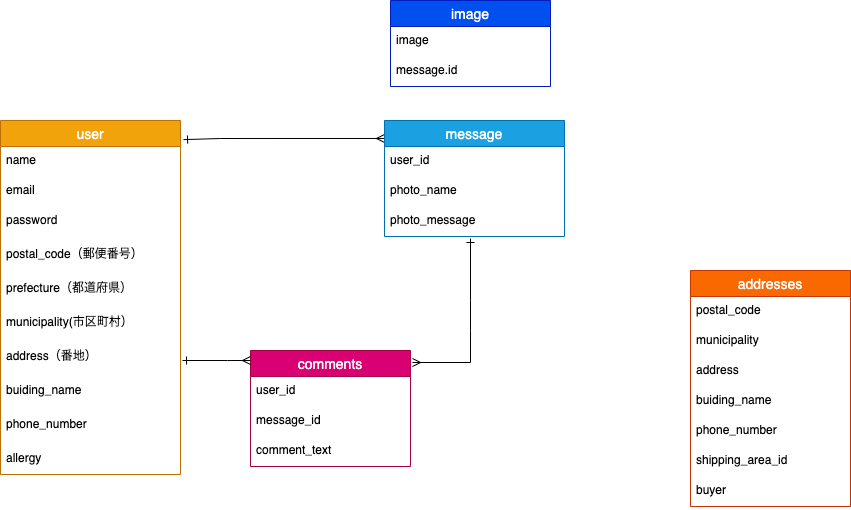
The draw.io diagram ER.drawio.png in kumagaitomoya/wedding_app, before a commit. Source tidied: cells renumbered, new cells last; positions are measured from the earlier drawing's top-left corner, leaving out a move shared by most shapes. Its diagram source:
```xml
<mxGraphModel>
  <root>
    <mxCell id="0" />
    <mxCell id="1" parent="0" />
    <mxCell id="2" value="user" style="swimlane;fontStyle=0;horizontal=1;startSize=26;align=center;fontSize=14;fillColor=#f0a30a;strokeColor=#BD7000;fontColor=#ffffff;" parent="1" vertex="1">
      <mxGeometry y="120" width="180" height="354" as="geometry" />
    </mxCell>
    <mxCell id="3" value="name" style="text;strokeColor=none;fillColor=none;spacingLeft=4;spacingRight=4;overflow=hidden;fontSize=12;" parent="2" vertex="1">
      <mxGeometry y="26" width="180" height="30" as="geometry" />
    </mxCell>
    <mxCell id="4" value="email" style="text;strokeColor=none;fillColor=none;spacingLeft=4;spacingRight=4;overflow=hidden;fontSize=12;" parent="2" vertex="1">
      <mxGeometry y="56" width="180" height="30" as="geometry" />
    </mxCell>
    <mxCell id="5" value="password&#10;" style="text;strokeColor=none;fillColor=none;spacingLeft=4;spacingRight=4;overflow=hidden;fontSize=12;" parent="2" vertex="1">
      <mxGeometry y="86" width="180" height="34" as="geometry" />
    </mxCell>
    <mxCell id="6" value="postal_code（郵便番号）" style="text;strokeColor=none;fillColor=none;spacingLeft=4;spacingRight=4;overflow=hidden;fontSize=12;" parent="2" vertex="1">
      <mxGeometry y="120" width="180" height="34" as="geometry" />
    </mxCell>
    <mxCell id="7" value="prefecture（都道府県）" style="text;strokeColor=none;fillColor=none;spacingLeft=4;spacingRight=4;overflow=hidden;fontSize=12;" parent="2" vertex="1">
      <mxGeometry y="154" width="180" height="34" as="geometry" />
    </mxCell>
    <mxCell id="8" value="municipality(市区町村）" style="text;strokeColor=none;fillColor=none;spacingLeft=4;spacingRight=4;overflow=hidden;fontSize=12;" parent="2" vertex="1">
      <mxGeometry y="188" width="180" height="34" as="geometry" />
    </mxCell>
    <mxCell id="9" value="address（番地）" style="text;strokeColor=none;fillColor=none;spacingLeft=4;spacingRight=4;overflow=hidden;fontSize=12;" parent="2" vertex="1">
      <mxGeometry y="222" width="180" height="34" as="geometry" />
    </mxCell>
    <mxCell id="10" value="buiding_name" style="text;strokeColor=none;fillColor=none;spacingLeft=4;spacingRight=4;overflow=hidden;fontSize=12;" parent="2" vertex="1">
      <mxGeometry y="256" width="180" height="34" as="geometry" />
    </mxCell>
    <mxCell id="11" value="phone_number" style="text;strokeColor=none;fillColor=none;spacingLeft=4;spacingRight=4;overflow=hidden;fontSize=12;" parent="2" vertex="1">
      <mxGeometry y="290" width="180" height="34" as="geometry" />
    </mxCell>
    <mxCell id="12" value="allergy" style="text;strokeColor=none;fillColor=none;spacingLeft=4;spacingRight=4;overflow=hidden;fontSize=12;" parent="2" vertex="1">
      <mxGeometry y="324" width="180" height="30" as="geometry" />
    </mxCell>
    <mxCell id="13" value="addresses" style="swimlane;fontStyle=0;horizontal=1;startSize=26;align=center;fontSize=14;fillColor=#fa6800;strokeColor=#C73500;fontColor=#ffffff;" parent="1" vertex="1">
      <mxGeometry x="690" y="270" width="160" height="236" as="geometry" />
    </mxCell>
    <mxCell id="14" value="postal_code" style="text;strokeColor=none;fillColor=none;spacingLeft=4;spacingRight=4;overflow=hidden;fontSize=12;" parent="13" vertex="1">
      <mxGeometry y="26" width="160" height="30" as="geometry" />
    </mxCell>
    <mxCell id="15" value="municipality" style="text;strokeColor=none;fillColor=none;spacingLeft=4;spacingRight=4;overflow=hidden;fontSize=12;" parent="13" vertex="1">
      <mxGeometry y="56" width="160" height="30" as="geometry" />
    </mxCell>
    <mxCell id="16" value="address" style="text;strokeColor=none;fillColor=none;spacingLeft=4;spacingRight=4;overflow=hidden;fontSize=12;" parent="13" vertex="1">
      <mxGeometry y="86" width="160" height="30" as="geometry" />
    </mxCell>
    <mxCell id="17" value="buiding_name" style="text;strokeColor=none;fillColor=none;spacingLeft=4;spacingRight=4;overflow=hidden;fontSize=12;" parent="13" vertex="1">
      <mxGeometry y="116" width="160" height="30" as="geometry" />
    </mxCell>
    <mxCell id="18" value="phone_number" style="text;strokeColor=none;fillColor=none;spacingLeft=4;spacingRight=4;overflow=hidden;fontSize=12;" parent="13" vertex="1">
      <mxGeometry y="146" width="160" height="30" as="geometry" />
    </mxCell>
    <mxCell id="19" value="shipping_area_id&#10;&#10;" style="text;strokeColor=none;fillColor=none;spacingLeft=4;spacingRight=4;overflow=hidden;fontSize=12;" parent="13" vertex="1">
      <mxGeometry y="176" width="160" height="30" as="geometry" />
    </mxCell>
    <mxCell id="20" value="buyer&#10;&#10;" style="text;strokeColor=none;fillColor=none;spacingLeft=4;spacingRight=4;overflow=hidden;fontSize=12;" parent="13" vertex="1">
      <mxGeometry y="206" width="160" height="30" as="geometry" />
    </mxCell>
    <mxCell id="21" style="edgeStyle=none;rounded=0;jettySize=auto;html=1;entryX=0;entryY=0.155;entryDx=0;entryDy=0;entryPerimeter=0;exitX=1.017;exitY=0.054;exitDx=0;exitDy=0;exitPerimeter=0;startArrow=ERone;startFill=0;endArrow=ERmany;endFill=0;" parent="1" edge="1" source="2" target="25">
      <mxGeometry relative="1" as="geometry">
        <Array as="points">
          <mxPoint x="220" y="138" />
        </Array>
      </mxGeometry>
    </mxCell>
    <mxCell id="22" value="image" style="swimlane;fontStyle=0;horizontal=1;startSize=26;align=center;fontSize=14;fillColor=#0050ef;strokeColor=#001DBC;fontColor=#ffffff;" parent="1" vertex="1">
      <mxGeometry x="390" width="160" height="86" as="geometry" />
    </mxCell>
    <mxCell id="23" value="image" style="text;strokeColor=none;fillColor=none;spacingLeft=4;spacingRight=4;overflow=hidden;fontSize=12;" parent="22" vertex="1">
      <mxGeometry y="26" width="160" height="30" as="geometry" />
    </mxCell>
    <mxCell id="24" value="message.id" style="text;strokeColor=none;fillColor=none;spacingLeft=4;spacingRight=4;overflow=hidden;fontSize=12;" parent="22" vertex="1">
      <mxGeometry y="56" width="160" height="30" as="geometry" />
    </mxCell>
    <mxCell id="25" value="message" style="swimlane;fontStyle=0;horizontal=1;startSize=26;align=center;fontSize=14;fillColor=#1ba1e2;strokeColor=#006EAF;fontColor=#ffffff;" parent="1" vertex="1">
      <mxGeometry x="384" y="120" width="180" height="116" as="geometry" />
    </mxCell>
    <mxCell id="26" value="user_id" style="text;strokeColor=none;fillColor=none;spacingLeft=4;spacingRight=4;overflow=hidden;fontSize=12;" parent="25" vertex="1">
      <mxGeometry y="26" width="180" height="30" as="geometry" />
    </mxCell>
    <mxCell id="27" value="photo_name" style="text;strokeColor=none;fillColor=none;spacingLeft=4;spacingRight=4;overflow=hidden;fontSize=12;" parent="25" vertex="1">
      <mxGeometry y="56" width="180" height="30" as="geometry" />
    </mxCell>
    <mxCell id="28" value="photo_message" style="text;strokeColor=none;fillColor=none;spacingLeft=4;spacingRight=4;overflow=hidden;fontSize=12;" parent="25" vertex="1">
      <mxGeometry y="86" width="180" height="30" as="geometry" />
    </mxCell>
    <mxCell id="29" value="comments" style="swimlane;fontStyle=0;horizontal=1;startSize=26;align=center;fontSize=14;fillColor=#d80073;strokeColor=#A50040;fontColor=#ffffff;" parent="1" vertex="1">
      <mxGeometry x="250" y="350" width="160" height="116" as="geometry" />
    </mxCell>
    <mxCell id="30" style="edgeStyle=none;rounded=0;orthogonalLoop=1;jettySize=auto;html=1;startArrow=ERone;startFill=0;endArrow=ERmany;endFill=0;" parent="29" edge="1">
      <mxGeometry relative="1" as="geometry">
        <mxPoint x="-68" y="10" as="sourcePoint" />
        <mxPoint y="10" as="targetPoint" />
        <Array as="points">
          <mxPoint x="-23.1" y="10" />
        </Array>
      </mxGeometry>
    </mxCell>
    <mxCell id="31" value="user_id" style="text;strokeColor=none;fillColor=none;spacingLeft=4;spacingRight=4;overflow=hidden;fontSize=12;" parent="29" vertex="1">
      <mxGeometry y="26" width="160" height="30" as="geometry" />
    </mxCell>
    <mxCell id="32" value="message_id" style="text;strokeColor=none;fillColor=none;spacingLeft=4;spacingRight=4;overflow=hidden;fontSize=12;" parent="29" vertex="1">
      <mxGeometry y="56" width="160" height="30" as="geometry" />
    </mxCell>
    <mxCell id="33" value="comment_text" style="text;strokeColor=none;fillColor=none;spacingLeft=4;spacingRight=4;overflow=hidden;fontSize=12;" parent="29" vertex="1">
      <mxGeometry y="86" width="160" height="30" as="geometry" />
    </mxCell>
    <mxCell id="34" style="edgeStyle=none;rounded=0;orthogonalLoop=1;jettySize=auto;html=1;startArrow=ERone;startFill=0;endArrow=ERmany;endFill=0;" parent="1" edge="1">
      <mxGeometry relative="1" as="geometry">
        <mxPoint x="470" y="238" as="sourcePoint" />
        <mxPoint x="412" y="362" as="targetPoint" />
        <Array as="points">
          <mxPoint x="470" y="300" />
          <mxPoint x="470" y="330" />
          <mxPoint x="470" y="362" />
        </Array>
      </mxGeometry>
    </mxCell>
  </root>
</mxGraphModel>
```
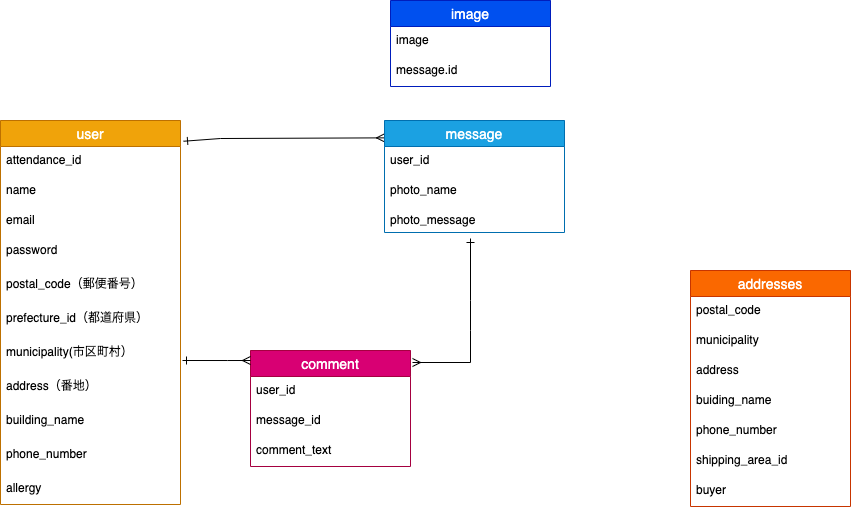
The same file after the commit.

Diff of the diagram source:
```diff
@@ -3,37 +3,40 @@
     <mxCell id="0" />
     <mxCell id="1" parent="0" />
     <mxCell id="2" value="user" style="swimlane;fontStyle=0;horizontal=1;startSize=26;align=center;fontSize=14;fillColor=#f0a30a;strokeColor=#BD7000;fontColor=#ffffff;" parent="1" vertex="1">
-      <mxGeometry y="120" width="180" height="354" as="geometry" />
+      <mxGeometry y="120" width="180" height="384" as="geometry" />
     </mxCell>
+    <mxCell id="35" value="attendance_id" style="text;strokeColor=none;fillColor=none;spacingLeft=4;spacingRight=4;overflow=hidden;fontSize=12;" parent="2" vertex="1">
+      <mxGeometry y="26" width="180" height="30" as="geometry" />
+    </mxCell>
     <mxCell id="3" value="name" style="text;strokeColor=none;fillColor=none;spacingLeft=4;spacingRight=4;overflow=hidden;fontSize=12;" parent="2" vertex="1">
-      <mxGeometry y="26" width="180" height="30" as="geometry" />
+      <mxGeometry y="56" width="180" height="30" as="geometry" />
     </mxCell>
     <mxCell id="4" value="email" style="text;strokeColor=none;fillColor=none;spacingLeft=4;spacingRight=4;overflow=hidden;fontSize=12;" parent="2" vertex="1">
-      <mxGeometry y="56" width="180" height="30" as="geometry" />
+      <mxGeometry y="86" width="180" height="30" as="geometry" />
     </mxCell>
     <mxCell id="5" value="password&#10;" style="text;strokeColor=none;fillColor=none;spacingLeft=4;spacingRight=4;overflow=hidden;fontSize=12;" parent="2" vertex="1">
-      <mxGeometry y="86" width="180" height="34" as="geometry" />
+      <mxGeometry y="116" width="180" height="34" as="geometry" />
     </mxCell>
     <mxCell id="6" value="postal_code（郵便番号）" style="text;strokeColor=none;fillColor=none;spacingLeft=4;spacingRight=4;overflow=hidden;fontSize=12;" parent="2" vertex="1">
-      <mxGeometry y="120" width="180" height="34" as="geometry" />
+      <mxGeometry y="150" width="180" height="34" as="geometry" />
     </mxCell>
-    <mxCell id="7" value="prefecture（都道府県）" style="text;strokeColor=none;fillColor=none;spacingLeft=4;spacingRight=4;overflow=hidden;fontSize=12;" parent="2" vertex="1">
-      <mxGeometry y="154" width="180" height="34" as="geometry" />
+    <mxCell id="7" value="prefecture_id（都道府県）" style="text;strokeColor=none;fillColor=none;spacingLeft=4;spacingRight=4;overflow=hidden;fontSize=12;" parent="2" vertex="1">
+      <mxGeometry y="184" width="180" height="34" as="geometry" />
     </mxCell>
     <mxCell id="8" value="municipality(市区町村）" style="text;strokeColor=none;fillColor=none;spacingLeft=4;spacingRight=4;overflow=hidden;fontSize=12;" parent="2" vertex="1">
-      <mxGeometry y="188" width="180" height="34" as="geometry" />
+      <mxGeometry y="218" width="180" height="34" as="geometry" />
     </mxCell>
     <mxCell id="9" value="address（番地）" style="text;strokeColor=none;fillColor=none;spacingLeft=4;spacingRight=4;overflow=hidden;fontSize=12;" parent="2" vertex="1">
-      <mxGeometry y="222" width="180" height="34" as="geometry" />
+      <mxGeometry y="252" width="180" height="34" as="geometry" />
     </mxCell>
-    <mxCell id="10" value="buiding_name" style="text;strokeColor=none;fillColor=none;spacingLeft=4;spacingRight=4;overflow=hidden;fontSize=12;" parent="2" vertex="1">
-      <mxGeometry y="256" width="180" height="34" as="geometry" />
+    <mxCell id="10" value="building_name" style="text;strokeColor=none;fillColor=none;spacingLeft=4;spacingRight=4;overflow=hidden;fontSize=12;" parent="2" vertex="1">
+      <mxGeometry y="286" width="180" height="34" as="geometry" />
     </mxCell>
     <mxCell id="11" value="phone_number" style="text;strokeColor=none;fillColor=none;spacingLeft=4;spacingRight=4;overflow=hidden;fontSize=12;" parent="2" vertex="1">
-      <mxGeometry y="290" width="180" height="34" as="geometry" />
+      <mxGeometry y="320" width="180" height="34" as="geometry" />
     </mxCell>
     <mxCell id="12" value="allergy" style="text;strokeColor=none;fillColor=none;spacingLeft=4;spacingRight=4;overflow=hidden;fontSize=12;" parent="2" vertex="1">
-      <mxGeometry y="324" width="180" height="30" as="geometry" />
+      <mxGeometry y="354" width="180" height="30" as="geometry" />
     </mxCell>
     <mxCell id="13" value="addresses" style="swimlane;fontStyle=0;horizontal=1;startSize=26;align=center;fontSize=14;fillColor=#fa6800;strokeColor=#C73500;fontColor=#ffffff;" parent="1" vertex="1">
       <mxGeometry x="690" y="270" width="160" height="236" as="geometry" />
@@ -76,7 +79,7 @@
       <mxGeometry y="56" width="160" height="30" as="geometry" />
     </mxCell>
     <mxCell id="25" value="message" style="swimlane;fontStyle=0;horizontal=1;startSize=26;align=center;fontSize=14;fillColor=#1ba1e2;strokeColor=#006EAF;fontColor=#ffffff;" parent="1" vertex="1">
-      <mxGeometry x="384" y="120" width="180" height="116" as="geometry" />
+      <mxGeometry x="384" y="120" width="180" height="112" as="geometry" />
     </mxCell>
     <mxCell id="26" value="user_id" style="text;strokeColor=none;fillColor=none;spacingLeft=4;spacingRight=4;overflow=hidden;fontSize=12;" parent="25" vertex="1">
       <mxGeometry y="26" width="180" height="30" as="geometry" />
@@ -85,9 +88,9 @@
       <mxGeometry y="56" width="180" height="30" as="geometry" />
     </mxCell>
     <mxCell id="28" value="photo_message" style="text;strokeColor=none;fillColor=none;spacingLeft=4;spacingRight=4;overflow=hidden;fontSize=12;" parent="25" vertex="1">
-      <mxGeometry y="86" width="180" height="30" as="geometry" />
+      <mxGeometry y="86" width="180" height="26" as="geometry" />
     </mxCell>
-    <mxCell id="29" value="comments" style="swimlane;fontStyle=0;horizontal=1;startSize=26;align=center;fontSize=14;fillColor=#d80073;strokeColor=#A50040;fontColor=#ffffff;" parent="1" vertex="1">
+    <mxCell id="29" value="comment" style="swimlane;fontStyle=0;horizontal=1;startSize=26;align=center;fontSize=14;fillColor=#d80073;strokeColor=#A50040;fontColor=#ffffff;" parent="1" vertex="1">
       <mxGeometry x="250" y="350" width="160" height="116" as="geometry" />
     </mxCell>
     <mxCell id="30" style="edgeStyle=none;rounded=0;orthogonalLoop=1;jettySize=auto;html=1;startArrow=ERone;startFill=0;endArrow=ERmany;endFill=0;" parent="29" edge="1">
```
